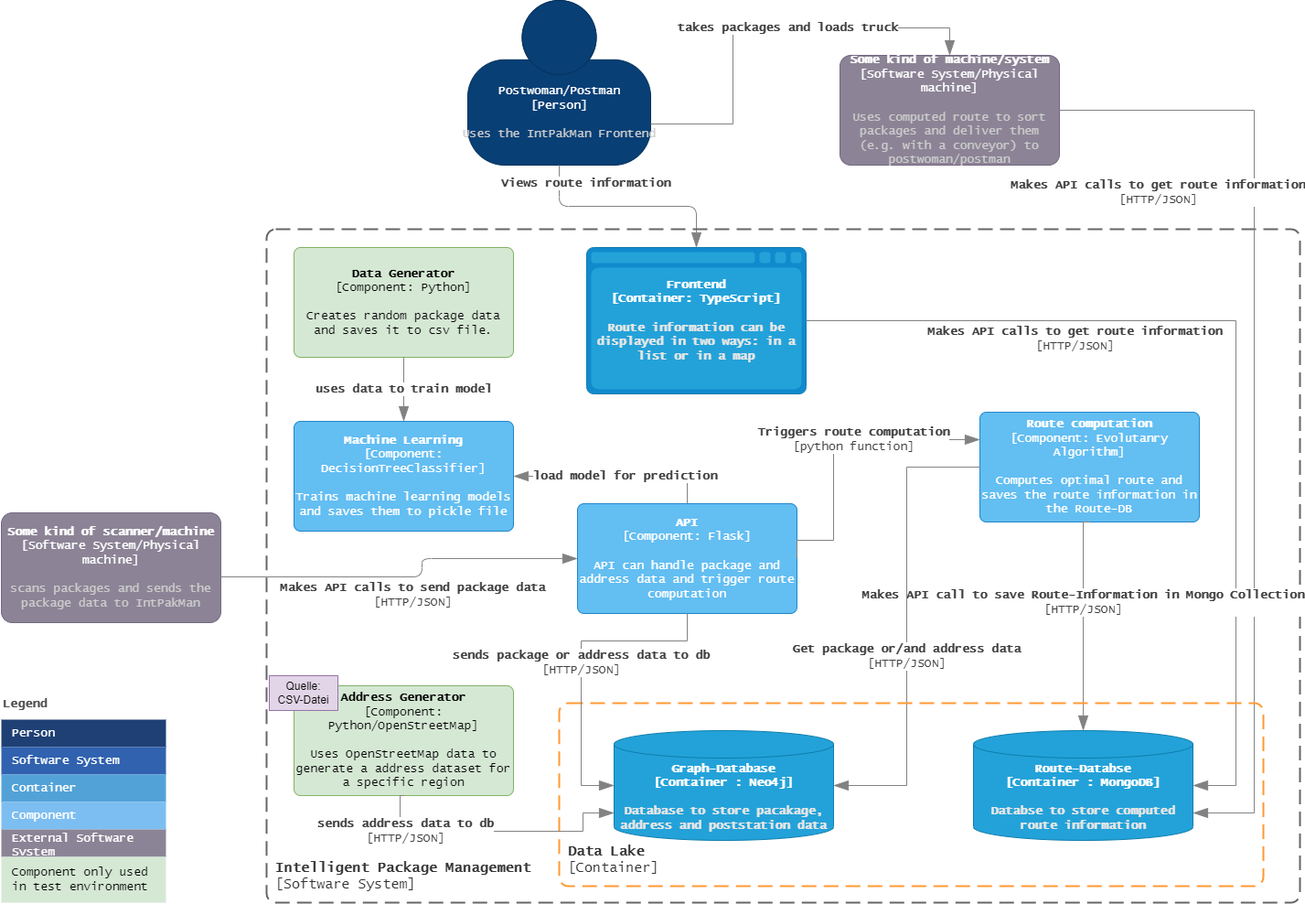
NicolasMahn/IntPakman keeps this draw.io diagram as c4_model_container_diagram_intpakman.png. Above is the earlier version. Source tidied: cells renumbered, new cells last; positions are measured from the earlier drawing's top-left corner, leaving out a move shared by most shapes.
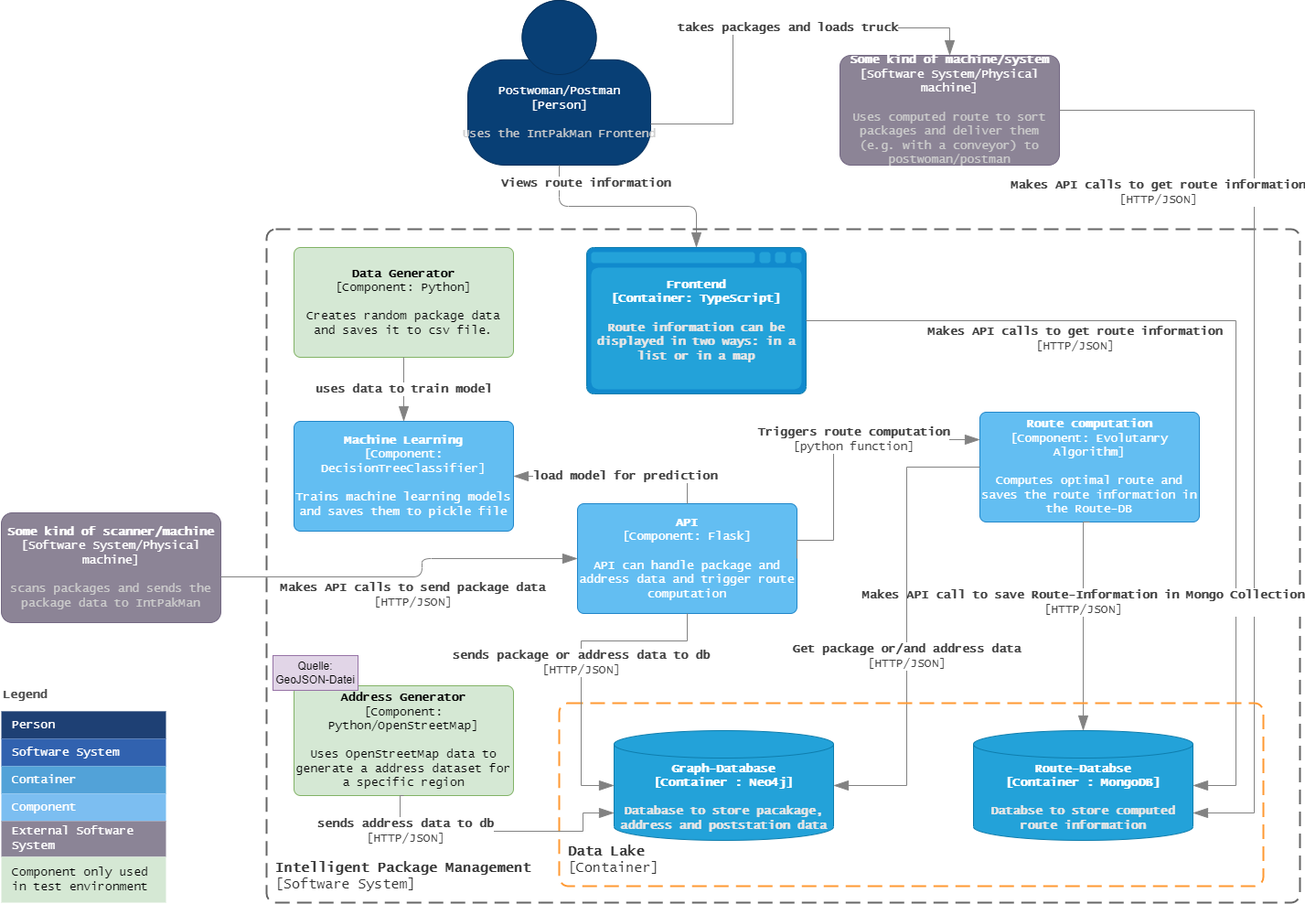
Later version of the same file.

What changed in the source:
```diff
@@ -135,10 +135,10 @@
       </mxCell>
     </object>
     <mxCell id="22" value="Legend" style="align=left;fontSize=13;fontStyle=1;strokeColor=none;fillColor=none;fontColor=#4D4D4D;spacingTop=-8;fontFamily=Lucida Console;" parent="1" vertex="1">
-      <mxGeometry y="756" width="180" height="30" as="geometry" />
+      <mxGeometry y="746.9" width="180" height="30" as="geometry" />
     </mxCell>
     <mxCell id="23" style="shape=table;html=1;whiteSpace=wrap;startSize=0;fillColor=none;align=left;spacingLeft=10;strokeColor=none;rounded=1;arcSize=11;fontColor=#FFFFFF;fontSize=13;fontFamily=Lucida Console;" parent="1" vertex="1">
-      <mxGeometry y="786" width="180" height="150" as="geometry" />
+      <mxGeometry y="776.9" width="180" height="159.1" as="geometry" />
     </mxCell>
     <mxCell id="24" value="Person" style="shape=partialRectangle;html=1;whiteSpace=wrap;fillColor=#1E4074;top=0;left=0;bottom=0;right=0;overflow=hidden;align=left;spacingLeft=10;strokeColor=none;fontColor=#FFFFFF;fontSize=13;fontFamily=Lucida Console;" parent="23" vertex="1">
       <mxGeometry width="180" height="30" as="geometry" />
@@ -153,7 +153,7 @@
       <mxGeometry y="90" width="180" height="30" as="geometry" />
     </mxCell>
     <mxCell id="28" value="External Software System" style="shape=partialRectangle;html=1;whiteSpace=wrap;fillColor=#8B8496;top=0;left=0;bottom=0;right=0;overflow=hidden;align=left;spacingLeft=10;fontColor=#FFFFFF;fontSize=13;strokeColor=#FF9933;strokeWidth=2;fontFamily=Lucida Console;" parent="23" vertex="1">
-      <mxGeometry y="120" width="180" height="30" as="geometry" />
+      <mxGeometry y="120" width="180" height="39" as="geometry" />
     </mxCell>
     <object id="29" label="&lt;font style=&quot;font-size: 13px;&quot;&gt;&lt;b style=&quot;font-size: 13px;&quot;&gt;%c4Name%&lt;/b&gt;&lt;/font&gt;&lt;div style=&quot;font-size: 13px;&quot;&gt;[%c4Type%: %c4Technology%]&lt;/div&gt;&lt;br style=&quot;font-size: 13px;&quot;&gt;&lt;div style=&quot;font-size: 13px;&quot;&gt;&lt;font style=&quot;font-size: 13px;&quot;&gt;%c4Description%&lt;/font&gt;&lt;/div&gt;" c4Description="Creates random package data and saves it to csv file." c4Name="Data Generator" c4Technology="Python" c4Type="Component" placeholders="1">
       <mxCell style="rounded=1;whiteSpace=wrap;html=1;labelBackgroundColor=none;fillColor=#d5e8d4;align=center;arcSize=6;strokeColor=#82b366;points=[[0.25,0,0],[0.5,0,0],[0.75,0,0],[1,0.25,0],[1,0.5,0],[1,0.75,0],[0.75,1,0],[0.5,1,0],[0.25,1,0],[0,0.75,0],[0,0.5,0],[0,0.25,0]];fontFamily=Lucida Console;fontSize=13;" parent="1" vertex="1">
@@ -196,8 +196,8 @@
         </mxGeometry>
       </mxCell>
     </object>
-    <mxCell id="35" value="Quelle:&lt;br&gt;CSV-Datei" style="whiteSpace=wrap;html=1;fillColor=#e1d5e7;strokeColor=#9673a6;" parent="1" vertex="1">
-      <mxGeometry x="293" y="738" width="75" height="38" as="geometry" />
+    <mxCell id="35" value="Quelle:&lt;br&gt;GeoJSON-Datei" style="whiteSpace=wrap;html=1;fillColor=#e1d5e7;strokeColor=#9673a6;" parent="1" vertex="1">
+      <mxGeometry x="297" y="716" width="93" height="38" as="geometry" />
     </mxCell>
   </root>
 </mxGraphModel>
```
